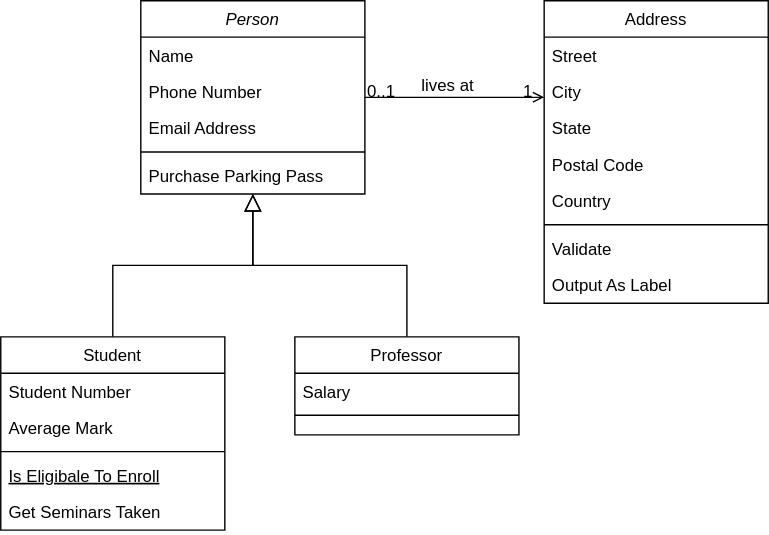
This is res/uml.svg from flightmansam/BK_EFS_50, a draw.io export, as it was before one commit. Source tidied: cells renumbered, new cells last; positions are measured from the earlier drawing's top-left corner, leaving out a move shared by most shapes.
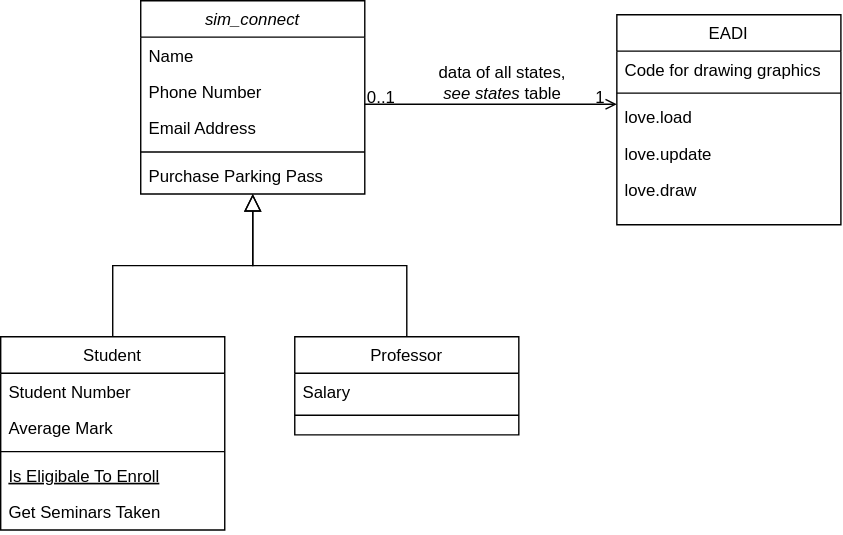
The same file after the commit.

The edit, as a diff of the source:
```diff
@@ -2,7 +2,7 @@
   <root>
     <mxCell id="0" />
     <mxCell id="1" parent="0" />
-    <mxCell id="2" value="Person" style="swimlane;fontStyle=2;align=center;verticalAlign=top;horizontal=1;startSize=26;rounded=0;shadow=0;strokeWidth=1;" parent="1" vertex="1">
+    <mxCell id="2" value="sim_connect" style="swimlane;fontStyle=2;align=center;verticalAlign=top;horizontal=1;startSize=26;rounded=0;shadow=0;strokeWidth=1;" parent="1" vertex="1">
       <mxGeometry x="100" width="160" height="138" as="geometry" />
     </mxCell>
     <mxCell id="3" value="Name" style="text;align=left;verticalAlign=top;spacingLeft=4;spacingRight=4;overflow=hidden;" parent="2" vertex="1">
@@ -53,33 +53,6 @@
     <mxCell id="18" style="endArrow=block;endSize=10;endFill=0;shadow=0;strokeWidth=1;rounded=0;edgeStyle=elbowEdgeStyle;elbow=vertical;" parent="1" edge="1" source="15" target="2">
       <mxGeometry relative="1" as="geometry" />
     </mxCell>
-    <mxCell id="19" value="Address" style="swimlane;fontStyle=0;align=center;verticalAlign=top;horizontal=1;startSize=26;rounded=0;shadow=0;strokeWidth=1;" parent="1" vertex="1">
-      <mxGeometry x="388" width="160" height="216" as="geometry" />
-    </mxCell>
-    <mxCell id="20" value="Street" style="text;align=left;verticalAlign=top;spacingLeft=4;spacingRight=4;overflow=hidden;" parent="19" vertex="1">
-      <mxGeometry y="26" width="160" height="26" as="geometry" />
-    </mxCell>
-    <mxCell id="21" value="City" style="text;align=left;verticalAlign=top;spacingLeft=4;spacingRight=4;overflow=hidden;rounded=0;shadow=0;html=0;" parent="19" vertex="1">
-      <mxGeometry y="52" width="160" height="26" as="geometry" />
-    </mxCell>
-    <mxCell id="22" value="State" style="text;align=left;verticalAlign=top;spacingLeft=4;spacingRight=4;overflow=hidden;rounded=0;shadow=0;html=0;" parent="19" vertex="1">
-      <mxGeometry y="78" width="160" height="26" as="geometry" />
-    </mxCell>
-    <mxCell id="23" value="Postal Code" style="text;align=left;verticalAlign=top;spacingLeft=4;spacingRight=4;overflow=hidden;rounded=0;shadow=0;html=0;" parent="19" vertex="1">
-      <mxGeometry y="104" width="160" height="26" as="geometry" />
-    </mxCell>
-    <mxCell id="24" value="Country" style="text;align=left;verticalAlign=top;spacingLeft=4;spacingRight=4;overflow=hidden;rounded=0;shadow=0;html=0;" parent="19" vertex="1">
-      <mxGeometry y="130" width="160" height="26" as="geometry" />
-    </mxCell>
-    <mxCell id="25" style="line;html=1;strokeWidth=1;align=left;verticalAlign=middle;spacingTop=-1;spacingLeft=3;spacingRight=3;labelPosition=right;" parent="19" vertex="1">
-      <mxGeometry y="156" width="160" height="8" as="geometry" />
-    </mxCell>
-    <mxCell id="26" value="Validate" style="text;align=left;verticalAlign=top;spacingLeft=4;spacingRight=4;overflow=hidden;" parent="19" vertex="1">
-      <mxGeometry y="164" width="160" height="26" as="geometry" />
-    </mxCell>
-    <mxCell id="27" value="Output As Label" style="text;align=left;verticalAlign=top;spacingLeft=4;spacingRight=4;overflow=hidden;" parent="19" vertex="1">
-      <mxGeometry y="190" width="160" height="26" as="geometry" />
-    </mxCell>
     <mxCell id="28" style="endArrow=open;shadow=0;strokeWidth=1;rounded=0;endFill=1;edgeStyle=elbowEdgeStyle;elbow=vertical;" parent="1" edge="1" source="2" target="19">
       <mxGeometry x="0.5" y="41" relative="1" as="geometry">
         <mxPoint x="-40" y="32" as="offset" />
@@ -95,10 +68,28 @@
         <mxPoint x="-7" y="4" as="offset" />
       </mxGeometry>
     </mxCell>
-    <mxCell id="31" value="lives at" style="text;html=1;align=center;verticalAlign=middle;labelBackgroundColor=none;rounded=0;shadow=0;strokeWidth=1;fontSize=12;" parent="28" vertex="1">
+    <mxCell id="31" value="data of all states,&lt;br&gt;&lt;i&gt;see states &lt;/i&gt;table" style="text;html=1;align=center;verticalAlign=middle;labelBackgroundColor=none;rounded=0;shadow=0;strokeWidth=1;fontSize=12;" parent="28" vertex="1">
       <mxGeometry x="0.5" y="49" relative="1" as="geometry">
-        <mxPoint x="-38" y="40" as="offset" />
+        <mxPoint x="-38" y="34" as="offset" />
       </mxGeometry>
     </mxCell>
+    <mxCell id="19" value="EADI" style="swimlane;fontStyle=0;align=center;verticalAlign=top;horizontal=1;startSize=26;rounded=0;shadow=0;strokeWidth=1;" parent="1" vertex="1">
+      <mxGeometry x="440" y="10" width="160" height="150" as="geometry" />
+    </mxCell>
+    <mxCell id="20" value="Code for drawing graphics" style="text;align=left;verticalAlign=top;spacingLeft=4;spacingRight=4;overflow=hidden;" parent="19" vertex="1">
+      <mxGeometry y="26" width="160" height="26" as="geometry" />
+    </mxCell>
+    <mxCell id="25" style="line;html=1;strokeWidth=1;align=left;verticalAlign=middle;spacingTop=-1;spacingLeft=3;spacingRight=3;labelPosition=right;" parent="19" vertex="1">
+      <mxGeometry y="52" width="160" height="8" as="geometry" />
+    </mxCell>
+    <mxCell id="26" value="love.load" style="text;align=left;verticalAlign=top;spacingLeft=4;spacingRight=4;overflow=hidden;" parent="19" vertex="1">
+      <mxGeometry y="60" width="160" height="26" as="geometry" />
+    </mxCell>
+    <mxCell id="27" value="love.update" style="text;align=left;verticalAlign=top;spacingLeft=4;spacingRight=4;overflow=hidden;" parent="19" vertex="1">
+      <mxGeometry y="86" width="160" height="26" as="geometry" />
+    </mxCell>
+    <mxCell id="32" value="love.draw " style="text;align=left;verticalAlign=top;spacingLeft=4;spacingRight=4;overflow=hidden;" parent="19" vertex="1">
+      <mxGeometry y="112" width="160" height="26" as="geometry" />
+    </mxCell>
   </root>
 </mxGraphModel>
```
